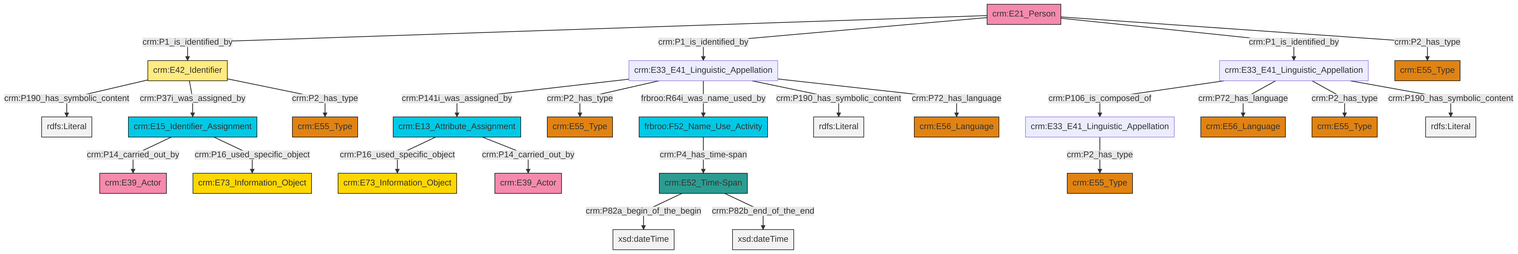
The Mermaid diagram et/personCSV/ttl/mmd/png/Person_Names_and_Classification.png in swiss-art-research-net/reference-data-models, before a commit. Its source is kept beside it as et/personCSV/ttl/mmd/Person_Names_and_Classification.ttl.mmd.
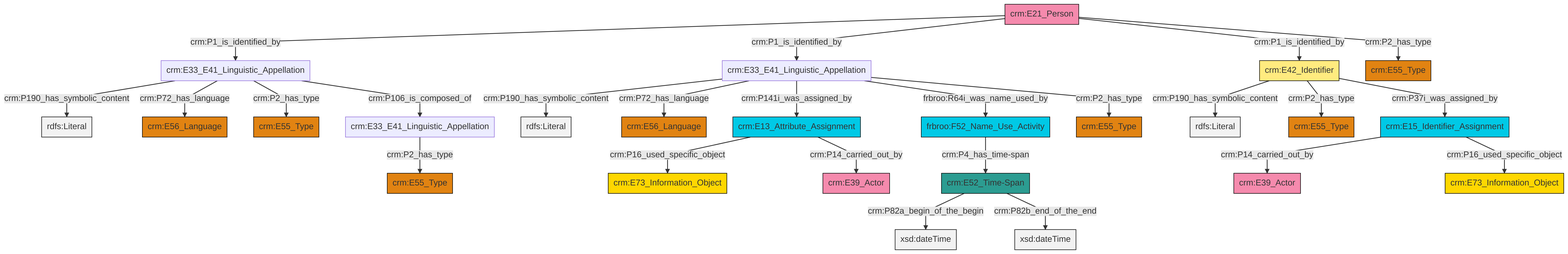
After the commit.

Change to the diagram source:
```diff
@@ -13,27 +13,27 @@
 classDef PC_Classes fill:#4ce600, stroke:#000000;
 classDef Multi fill:#cccccc,stroke:#000000;
 
-2["crm:E33_E41_Linguistic_Appellation"]:::Default -->|crm:P141i_was_assigned_by| 3["crm:E13_Attribute_Assignment"]:::Temporal_Entity
-4["crm:E33_E41_Linguistic_Appellation"]:::Default -->|crm:P106_is_composed_of| 5["crm:E33_E41_Linguistic_Appellation"]:::Default
-8["crm:E42_Identifier"]:::Appellation -->|crm:P190_has_symbolic_content| 9[rdfs:Literal]:::Literal
-10["crm:E21_Person"]:::Actor -->|crm:P1_is_identified_by| 8["crm:E42_Identifier"]:::Appellation
-2["crm:E33_E41_Linguistic_Appellation"]:::Default -->|crm:P2_has_type| 13["crm:E55_Type"]:::Type
-10["crm:E21_Person"]:::Actor -->|crm:P1_is_identified_by| 2["crm:E33_E41_Linguistic_Appellation"]:::Default
-14["frbroo:F52_Name_Use_Activity"]:::Temporal_Entity -->|crm:P4_has_time-span| 15["crm:E52_Time-Span"]:::Time-Span
-15["crm:E52_Time-Span"]:::Time-Span -->|crm:P82a_begin_of_the_begin| 21[xsd:dateTime]:::Literal
-15["crm:E52_Time-Span"]:::Time-Span -->|crm:P82b_end_of_the_end| 25[xsd:dateTime]:::Literal
-5["crm:E33_E41_Linguistic_Appellation"]:::Default -->|crm:P2_has_type| 16["crm:E55_Type"]:::Type
-8["crm:E42_Identifier"]:::Appellation -->|crm:P37i_was_assigned_by| 11["crm:E15_Identifier_Assignment"]:::Temporal_Entity
-4["crm:E33_E41_Linguistic_Appellation"]:::Default -->|crm:P72_has_language| 28["crm:E56_Language"]:::Type
-3["crm:E13_Attribute_Assignment"]:::Temporal_Entity -->|crm:P16_used_specific_object| 18["crm:E73_Information_Object"]:::Conceptual_Object
-4["crm:E33_E41_Linguistic_Appellation"]:::Default -->|crm:P2_has_type| 29["crm:E55_Type"]:::Type
-4["crm:E33_E41_Linguistic_Appellation"]:::Default -->|crm:P190_has_symbolic_content| 32[rdfs:Literal]:::Literal
-2["crm:E33_E41_Linguistic_Appellation"]:::Default -->|frbroo:R64i_was_name_used_by| 14["frbroo:F52_Name_Use_Activity"]:::Temporal_Entity
-11["crm:E15_Identifier_Assignment"]:::Temporal_Entity -->|crm:P14_carried_out_by| 33["crm:E39_Actor"]:::Actor
-3["crm:E13_Attribute_Assignment"]:::Temporal_Entity -->|crm:P14_carried_out_by| 0["crm:E39_Actor"]:::Actor
-8["crm:E42_Identifier"]:::Appellation -->|crm:P2_has_type| 36["crm:E55_Type"]:::Type
-10["crm:E21_Person"]:::Actor -->|crm:P1_is_identified_by| 4["crm:E33_E41_Linguistic_Appellation"]:::Default
-10["crm:E21_Person"]:::Actor -->|crm:P2_has_type| 42["crm:E55_Type"]:::Type
-11["crm:E15_Identifier_Assignment"]:::Temporal_Entity -->|crm:P16_used_specific_object| 6["crm:E73_Information_Object"]:::Conceptual_Object
-2["crm:E33_E41_Linguistic_Appellation"]:::Default -->|crm:P190_has_symbolic_content| 43[rdfs:Literal]:::Literal
-2["crm:E33_E41_Linguistic_Appellation"]:::Default -->|crm:P72_has_language| 38["crm:E56_Language"]:::Type
+0["crm:E13_Attribute_Assignment"]:::Temporal_Entity -->|crm:P16_used_specific_object| 1["crm:E73_Information_Object"]:::Conceptual_Object
+4["crm:E21_Person"]:::Actor -->|crm:P1_is_identified_by| 5["crm:E33_E41_Linguistic_Appellation"]:::Default
+6["crm:E33_E41_Linguistic_Appellation"]:::Default -->|crm:P190_has_symbolic_content| 7[rdfs:Literal]:::Literal
+4["crm:E21_Person"]:::Actor -->|crm:P1_is_identified_by| 6["crm:E33_E41_Linguistic_Appellation"]:::Default
+5["crm:E33_E41_Linguistic_Appellation"]:::Default -->|crm:P190_has_symbolic_content| 19[rdfs:Literal]:::Literal
+6["crm:E33_E41_Linguistic_Appellation"]:::Default -->|crm:P72_has_language| 20["crm:E56_Language"]:::Type
+15["crm:E52_Time-Span"]:::Time-Span -->|crm:P82a_begin_of_the_begin| 22[xsd:dateTime]:::Literal
+4["crm:E21_Person"]:::Actor -->|crm:P1_is_identified_by| 17["crm:E42_Identifier"]:::Appellation
+0["crm:E13_Attribute_Assignment"]:::Temporal_Entity -->|crm:P14_carried_out_by| 8["crm:E39_Actor"]:::Actor
+6["crm:E33_E41_Linguistic_Appellation"]:::Default -->|crm:P141i_was_assigned_by| 0["crm:E13_Attribute_Assignment"]:::Temporal_Entity
+13["crm:E33_E41_Linguistic_Appellation"]:::Default -->|crm:P2_has_type| 10["crm:E55_Type"]:::Type
+30["frbroo:F52_Name_Use_Activity"]:::Temporal_Entity -->|crm:P4_has_time-span| 15["crm:E52_Time-Span"]:::Time-Span
+6["crm:E33_E41_Linguistic_Appellation"]:::Default -->|frbroo:R64i_was_name_used_by| 30["frbroo:F52_Name_Use_Activity"]:::Temporal_Entity
+23["crm:E15_Identifier_Assignment"]:::Temporal_Entity -->|crm:P14_carried_out_by| 2["crm:E39_Actor"]:::Actor
+6["crm:E33_E41_Linguistic_Appellation"]:::Default -->|crm:P2_has_type| 33["crm:E55_Type"]:::Type
+4["crm:E21_Person"]:::Actor -->|crm:P2_has_type| 38["crm:E55_Type"]:::Type
+17["crm:E42_Identifier"]:::Appellation -->|crm:P190_has_symbolic_content| 42[rdfs:Literal]:::Literal
+17["crm:E42_Identifier"]:::Appellation -->|crm:P2_has_type| 43["crm:E55_Type"]:::Type
+23["crm:E15_Identifier_Assignment"]:::Temporal_Entity -->|crm:P16_used_specific_object| 25["crm:E73_Information_Object"]:::Conceptual_Object
+5["crm:E33_E41_Linguistic_Appellation"]:::Default -->|crm:P72_has_language| 28["crm:E56_Language"]:::Type
+17["crm:E42_Identifier"]:::Appellation -->|crm:P37i_was_assigned_by| 23["crm:E15_Identifier_Assignment"]:::Temporal_Entity
+15["crm:E52_Time-Span"]:::Time-Span -->|crm:P82b_end_of_the_end| 45[xsd:dateTime]:::Literal
+5["crm:E33_E41_Linguistic_Appellation"]:::Default -->|crm:P2_has_type| 36["crm:E55_Type"]:::Type
+5["crm:E33_E41_Linguistic_Appellation"]:::Default -->|crm:P106_is_composed_of| 13["crm:E33_E41_Linguistic_Appellation"]:::Default
```
